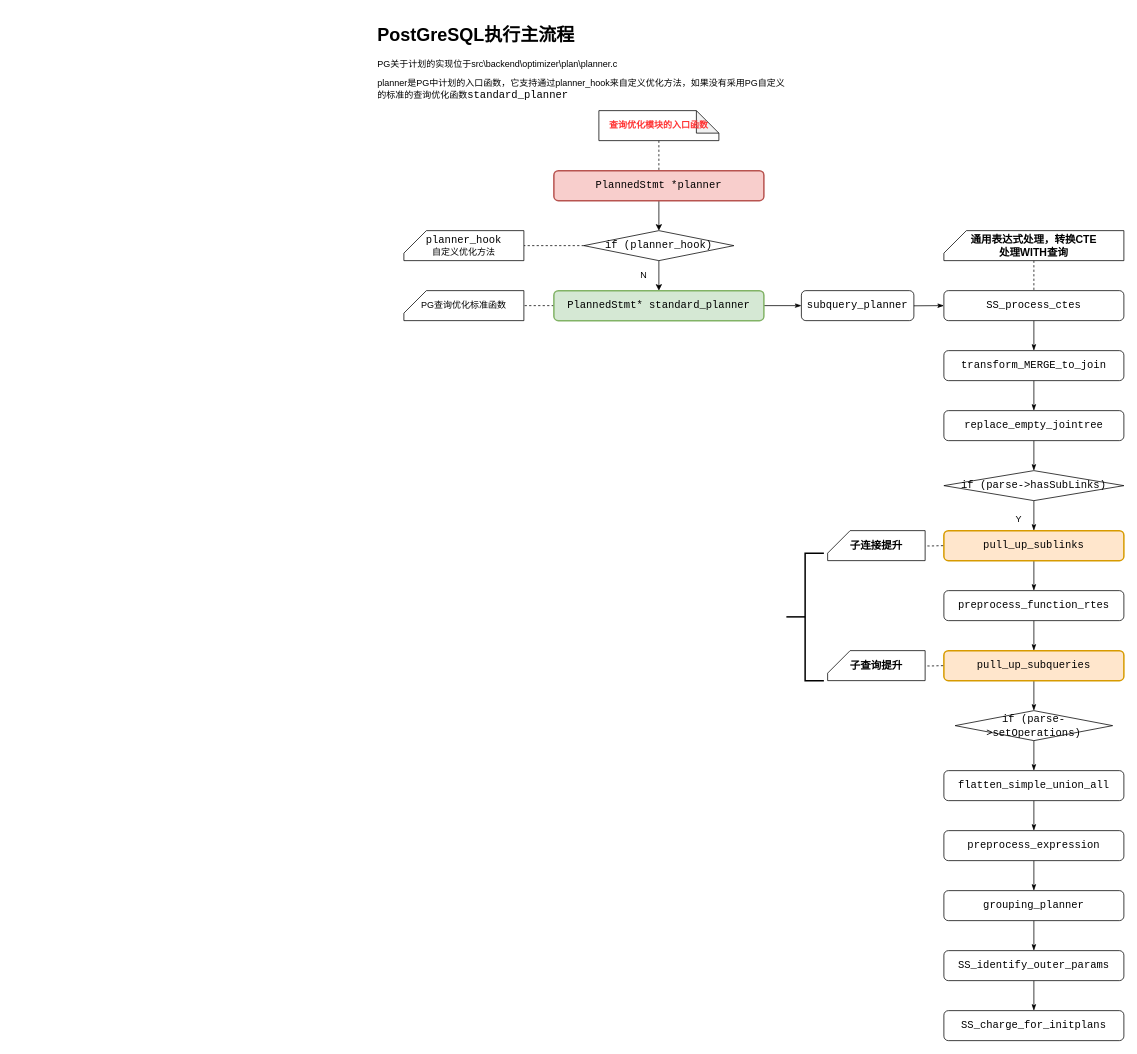
Before: page "PG-Plan" (4 of 4) of Draw.io/DB.drawio in DepInjoy/geektime, a draw.io diagram. Source tidied: cells renumbered, new cells numbered last; positions are measured from the earlier drawing's top-left corner, leaving out a move shared by most shapes. Both pictures are drawn from the tidied source at 75%, with x=0, y=0 at pixel (374, 20).
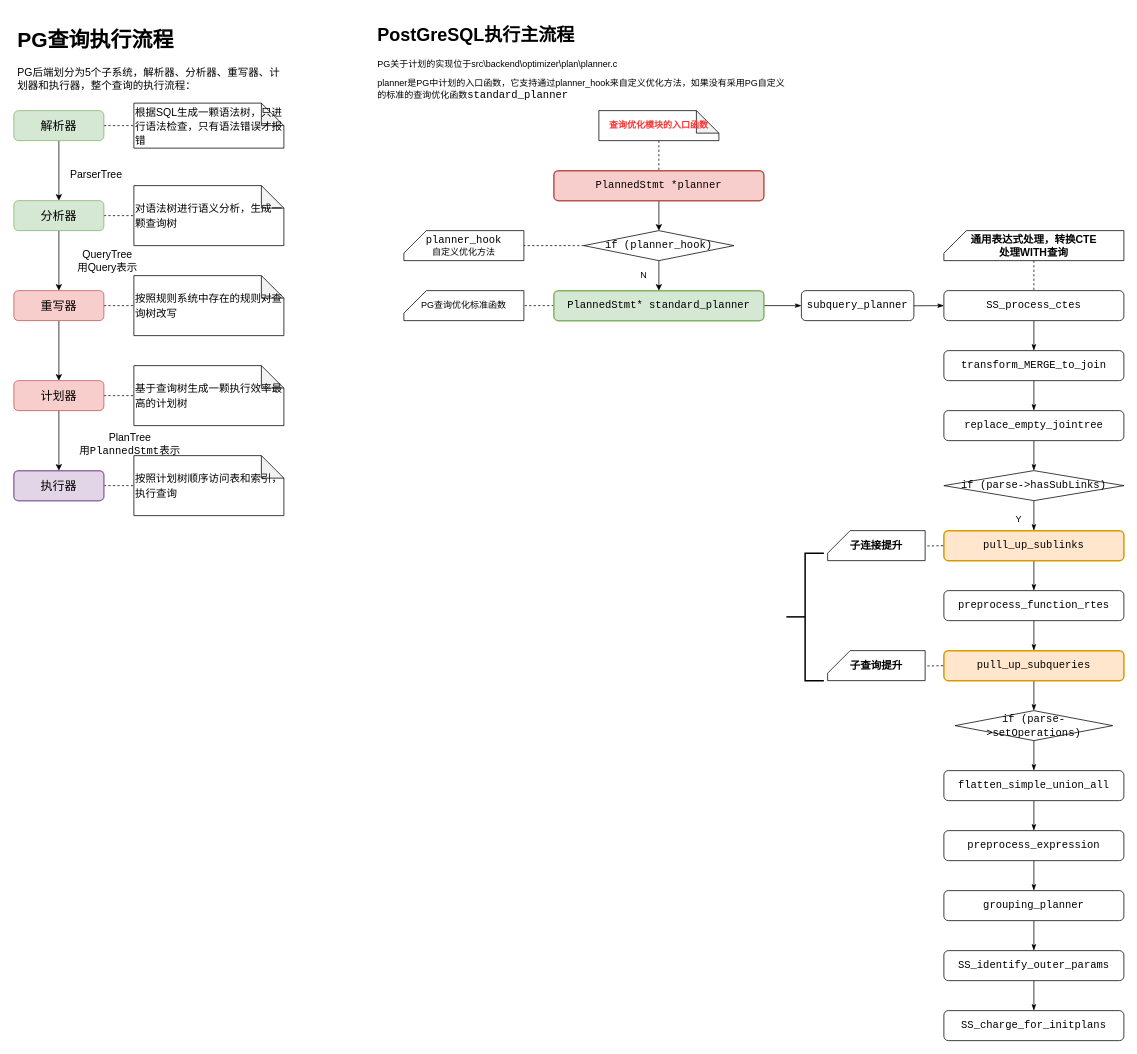
After the change.

Commit message:
PG的查询流程

Change to the diagram source:
```diff
@@
+    <mxCell id="51" style="edgeStyle=orthogonalEdgeStyle;rounded=0;jettySize=auto;html=1;fontSize=16;" parent="1" edge="1" source="53" target="56">
+      <mxGeometry relative="1" as="geometry" />
+    </mxCell>
+    <mxCell id="52" style="edgeStyle=orthogonalEdgeStyle;rounded=0;jettySize=auto;html=1;exitX=1;exitY=0.5;exitDx=0;exitDy=0;fontSize=14;dashed=1;endArrow=none;endFill=0;" parent="1" edge="1" source="53" target="65">
+      <mxGeometry relative="1" as="geometry" />
+    </mxCell>
+    <mxCell id="53" value="&lt;font style=&quot;font-size: 16px&quot;&gt;解析器&lt;/font&gt;" style="rounded=1;whiteSpace=wrap;html=1;fillColor=#d5e8d4;strokeColor=#82b366;" parent="1" vertex="1">
+      <mxGeometry x="-480" y="120" width="120" height="40" as="geometry" />
+    </mxCell>
+    <mxCell id="54" style="edgeStyle=orthogonalEdgeStyle;rounded=0;jettySize=auto;html=1;exitX=0.5;exitY=1;exitDx=0;exitDy=0;fontSize=16;" parent="1" edge="1" source="56" target="59">
+      <mxGeometry relative="1" as="geometry" />
+    </mxCell>
+    <mxCell id="55" style="edgeStyle=orthogonalEdgeStyle;rounded=0;jettySize=auto;html=1;exitX=1;exitY=0.5;exitDx=0;exitDy=0;entryX=0;entryY=0.5;entryDx=0;entryDy=0;entryPerimeter=0;dashed=1;fontSize=14;endArrow=none;endFill=0;" parent="1" edge="1" source="56" target="66">
+      <mxGeometry relative="1" as="geometry" />
+    </mxCell>
+    <mxCell id="56" value="&lt;font style=&quot;font-size: 16px&quot;&gt;分析器&lt;/font&gt;" style="rounded=1;whiteSpace=wrap;html=1;fillColor=#d5e8d4;strokeColor=#82b366;" parent="1" vertex="1">
+      <mxGeometry x="-480" y="240" width="120" height="40" as="geometry" />
+    </mxCell>
+    <mxCell id="57" style="edgeStyle=orthogonalEdgeStyle;rounded=0;jettySize=auto;html=1;exitX=0.5;exitY=1;exitDx=0;exitDy=0;entryX=0.5;entryY=0;entryDx=0;entryDy=0;fontSize=16;" parent="1" edge="1" source="59" target="62">
+      <mxGeometry relative="1" as="geometry" />
+    </mxCell>
+    <mxCell id="58" style="edgeStyle=orthogonalEdgeStyle;rounded=0;jettySize=auto;html=1;exitX=1;exitY=0.5;exitDx=0;exitDy=0;entryX=0;entryY=0.5;entryDx=0;entryDy=0;entryPerimeter=0;dashed=1;fontSize=14;endArrow=none;endFill=0;" parent="1" edge="1" source="59" target="67">
+      <mxGeometry relative="1" as="geometry" />
+    </mxCell>
+    <mxCell id="59" value="&lt;font style=&quot;font-size: 16px&quot;&gt;重写器&lt;/font&gt;" style="rounded=1;whiteSpace=wrap;html=1;fillColor=#f8cecc;strokeColor=#b85450;" parent="1" vertex="1">
+      <mxGeometry x="-480" y="360" width="120" height="40" as="geometry" />
+    </mxCell>
+    <mxCell id="60" style="edgeStyle=orthogonalEdgeStyle;rounded=0;jettySize=auto;html=1;entryX=0.5;entryY=0;entryDx=0;entryDy=0;fontSize=16;" parent="1" edge="1" source="62" target="64">
+      <mxGeometry relative="1" as="geometry" />
+    </mxCell>
+    <mxCell id="61" style="edgeStyle=orthogonalEdgeStyle;rounded=0;jettySize=auto;html=1;exitX=1;exitY=0.5;exitDx=0;exitDy=0;dashed=1;fontSize=14;endArrow=none;endFill=0;" parent="1" edge="1" source="62" target="68">
+      <mxGeometry relative="1" as="geometry" />
+    </mxCell>
+    <mxCell id="62" value="&lt;font style=&quot;font-size: 16px&quot;&gt;计划器&lt;/font&gt;" style="rounded=1;whiteSpace=wrap;html=1;fillColor=#f8cecc;strokeColor=#b85450;" parent="1" vertex="1">
+      <mxGeometry x="-480" y="480" width="120" height="40" as="geometry" />
+    </mxCell>
+    <mxCell id="63" style="edgeStyle=orthogonalEdgeStyle;rounded=0;jettySize=auto;html=1;exitX=1;exitY=0.5;exitDx=0;exitDy=0;entryX=0;entryY=0.5;entryDx=0;entryDy=0;entryPerimeter=0;dashed=1;fontSize=14;endArrow=none;endFill=0;" parent="1" edge="1" source="64" target="69">
+      <mxGeometry relative="1" as="geometry" />
+    </mxCell>
+    <mxCell id="64" value="&lt;font style=&quot;font-size: 16px&quot;&gt;执行器&lt;/font&gt;" style="rounded=1;whiteSpace=wrap;html=1;fillColor=#e1d5e7;strokeColor=#9673a6;strokeWidth=2;" parent="1" vertex="1">
+      <mxGeometry x="-480" y="600" width="120" height="40" as="geometry" />
+    </mxCell>
+    <mxCell id="65" value="&lt;font style=&quot;font-size: 14px&quot;&gt;根据SQL生成一颗语法树，只进行语法检查，只有语法错误才报错&lt;/font&gt;" style="shape=note;whiteSpace=wrap;html=1;backgroundOutline=1;darkOpacity=0.05;fontSize=16;strokeWidth=1;align=left;" parent="1" vertex="1">
+      <mxGeometry x="-320" y="110" width="200" height="60" as="geometry" />
+    </mxCell>
+    <mxCell id="66" value="&lt;font style=&quot;font-size: 14px&quot;&gt;对语法树进行语义分析，生成一颗查询树&lt;/font&gt;" style="shape=note;whiteSpace=wrap;html=1;backgroundOutline=1;darkOpacity=0.05;fontSize=16;strokeWidth=1;align=left;" parent="1" vertex="1">
+      <mxGeometry x="-320" y="220" width="200" height="80" as="geometry" />
+    </mxCell>
+    <mxCell id="67" value="&lt;span style=&quot;font-size: 14px&quot;&gt;按照规则系统中存在的规则对查询树改写&lt;/span&gt;" style="shape=note;whiteSpace=wrap;html=1;backgroundOutline=1;darkOpacity=0.05;fontSize=16;strokeWidth=1;align=left;" parent="1" vertex="1">
+      <mxGeometry x="-320" y="340" width="200" height="80" as="geometry" />
+    </mxCell>
+    <mxCell id="68" value="&lt;span style=&quot;font-size: 14px&quot;&gt;基于查询树生成一颗执行效率最高的计划树&lt;/span&gt;" style="shape=note;whiteSpace=wrap;html=1;backgroundOutline=1;darkOpacity=0.05;fontSize=16;strokeWidth=1;align=left;" parent="1" vertex="1">
+      <mxGeometry x="-320" y="460" width="200" height="80" as="geometry" />
+    </mxCell>
+    <mxCell id="69" value="&lt;span style=&quot;font-size: 14px&quot;&gt;按照计划树顺序访问表和索引，执行查询&lt;/span&gt;" style="shape=note;whiteSpace=wrap;html=1;backgroundOutline=1;darkOpacity=0.05;fontSize=16;strokeWidth=1;align=left;" parent="1" vertex="1">
+      <mxGeometry x="-320" y="580" width="200" height="80" as="geometry" />
+    </mxCell>
+    <mxCell id="70" value="ParserTree" style="text;html=1;strokeColor=none;fillColor=none;align=center;verticalAlign=middle;whiteSpace=wrap;rounded=0;fontSize=14;" parent="1" vertex="1">
+      <mxGeometry x="-410" y="190" width="80" height="30" as="geometry" />
+    </mxCell>
+    <mxCell id="71" value="QueryTree&lt;br&gt;用Query表示" style="text;html=1;strokeColor=none;fillColor=none;align=center;verticalAlign=middle;whiteSpace=wrap;rounded=0;fontSize=14;" parent="1" vertex="1">
+      <mxGeometry x="-410" y="300" width="110" height="40" as="geometry" />
+    </mxCell>
+    <mxCell id="72" value="PlanTree&lt;br&gt;&lt;span style=&quot;font-family: &amp;#34;consolas&amp;#34; , &amp;#34;courier new&amp;#34; , monospace&quot;&gt;用PlannedStmt表示&lt;/span&gt;" style="text;html=1;strokeColor=none;fillColor=none;align=center;verticalAlign=middle;whiteSpace=wrap;rounded=0;fontSize=14;" parent="1" vertex="1">
+      <mxGeometry x="-400" y="540" width="150" height="50" as="geometry" />
+    </mxCell>
+    <mxCell id="73" value="&lt;h1&gt;PG查询执行流程&lt;/h1&gt;&lt;p&gt;PG后端划分为5个子系统，解析器、分析器、重写器、计划器和执行器，整个查询的执行流程：&lt;/p&gt;" style="text;html=1;strokeColor=none;fillColor=none;spacing=5;spacingTop=-20;whiteSpace=wrap;overflow=hidden;rounded=0;fontSize=14;" parent="1" vertex="1">
+      <mxGeometry x="-480" width="360" height="100" as="geometry" />
+    </mxCell>
```
